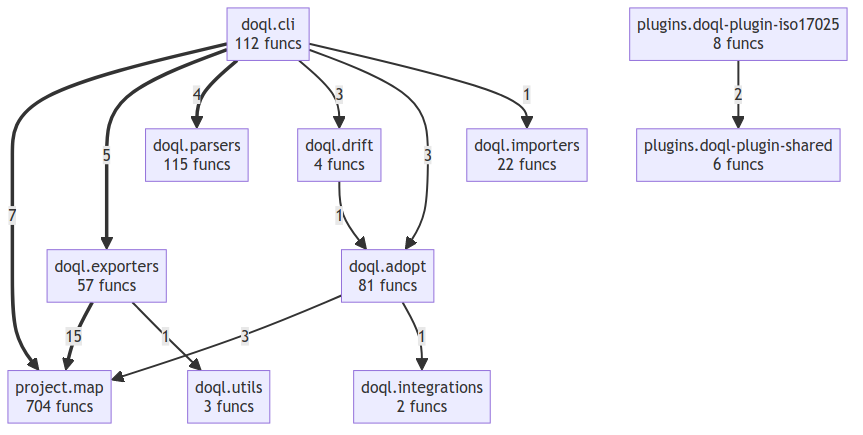
oqlos/doql keeps this Mermaid diagram as project/compact_flow.png. Above is the earlier version. Its source is kept beside it as project/compact_flow.mmd.
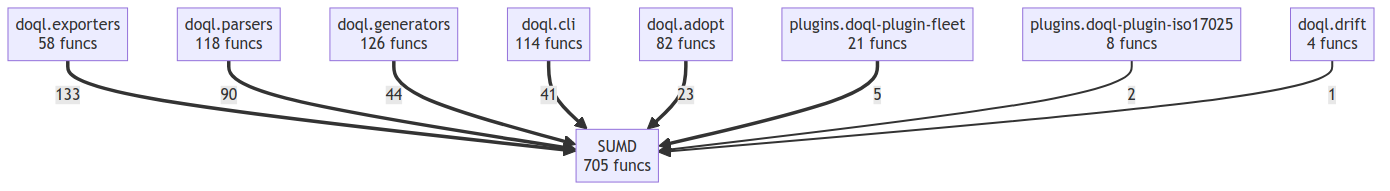
Above is the later version.

Diff of the diagram source:
```diff
@@ -1,24 +1,18 @@
 flowchart TD
-    doql__adopt["doql.adopt<br/>81 funcs"]
-    doql__cli["doql.cli<br/>112 funcs"]
+    SUMD["SUMD<br/>705 funcs"]
+    doql__adopt["doql.adopt<br/>82 funcs"]
+    doql__cli["doql.cli<br/>114 funcs"]
     doql__drift["doql.drift<br/>4 funcs"]
-    doql__exporters["doql.exporters<br/>57 funcs"]
-    doql__importers["doql.importers<br/>22 funcs"]
-    doql__integrations["doql.integrations<br/>2 funcs"]
-    doql__parsers["doql.parsers<br/>115 funcs"]
-    doql__utils["doql.utils<br/>3 funcs"]
+    doql__exporters["doql.exporters<br/>58 funcs"]
+    doql__generators["doql.generators<br/>126 funcs"]
+    doql__parsers["doql.parsers<br/>118 funcs"]
+    plugins__doql_plugin_fleet["plugins.doql-plugin-fleet<br/>21 funcs"]
     plugins__doql_plugin_iso17025["plugins.doql-plugin-iso17025<br/>8 funcs"]
-    plugins__doql_plugin_shared["plugins.doql-plugin-shared<br/>6 funcs"]
-    project__map["project.map<br/>704 funcs"]
-    doql__exporters ==>|15| project__map
-    doql__cli ==>|7| project__map
-    doql__cli ==>|5| doql__exporters
-    doql__cli ==>|4| doql__parsers
-    doql__cli -->|3| doql__drift
-    doql__cli -->|3| doql__adopt
-    doql__adopt -->|3| project__map
-    plugins__doql_plugin_iso17025 -->|2| plugins__doql_plugin_shared
-    doql__drift -->|1| doql__adopt
-    doql__cli -->|1| doql__importers
-    doql__exporters -->|1| doql__utils
-    doql__adopt -->|1| doql__integrations
+    doql__exporters ==>|133| SUMD
+    doql__parsers ==>|90| SUMD
+    doql__generators ==>|44| SUMD
+    doql__cli ==>|41| SUMD
+    doql__adopt ==>|23| SUMD
+    plugins__doql_plugin_fleet ==>|5| SUMD
+    plugins__doql_plugin_iso17025 -->|2| SUMD
+    doql__drift -->|1| SUMD
```
